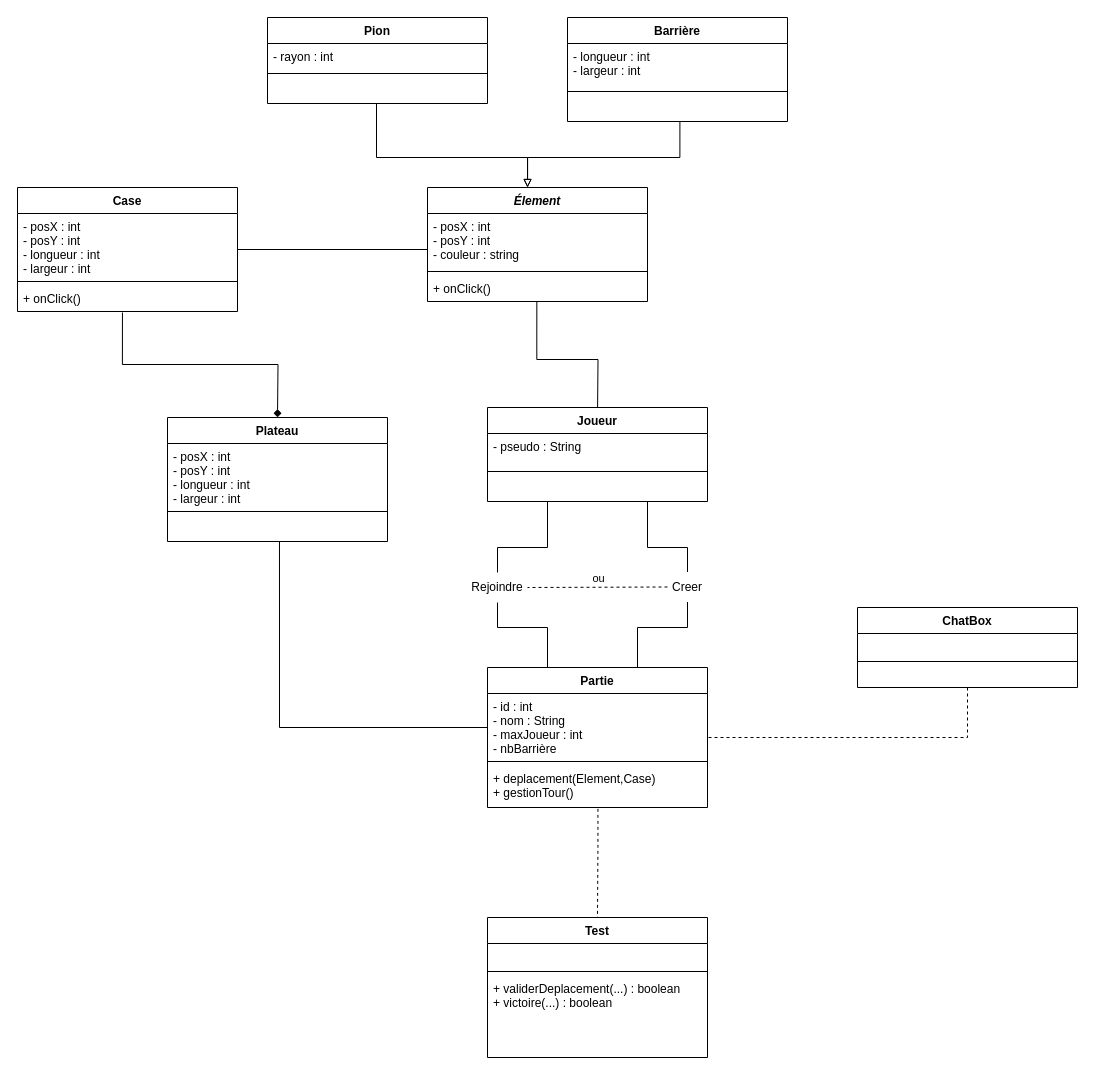
This is diagramme.drawio from Mat-gif/TER_Gsociety, a draw.io file, before an edit. Source tidied: cells renumbered, new cells numbered last; positions are measured from the earlier drawing's top-left corner, leaving out a move shared by most shapes. Both pictures are drawn from the tidied source at 100%, with x=0, y=0 at pixel (17, 17).
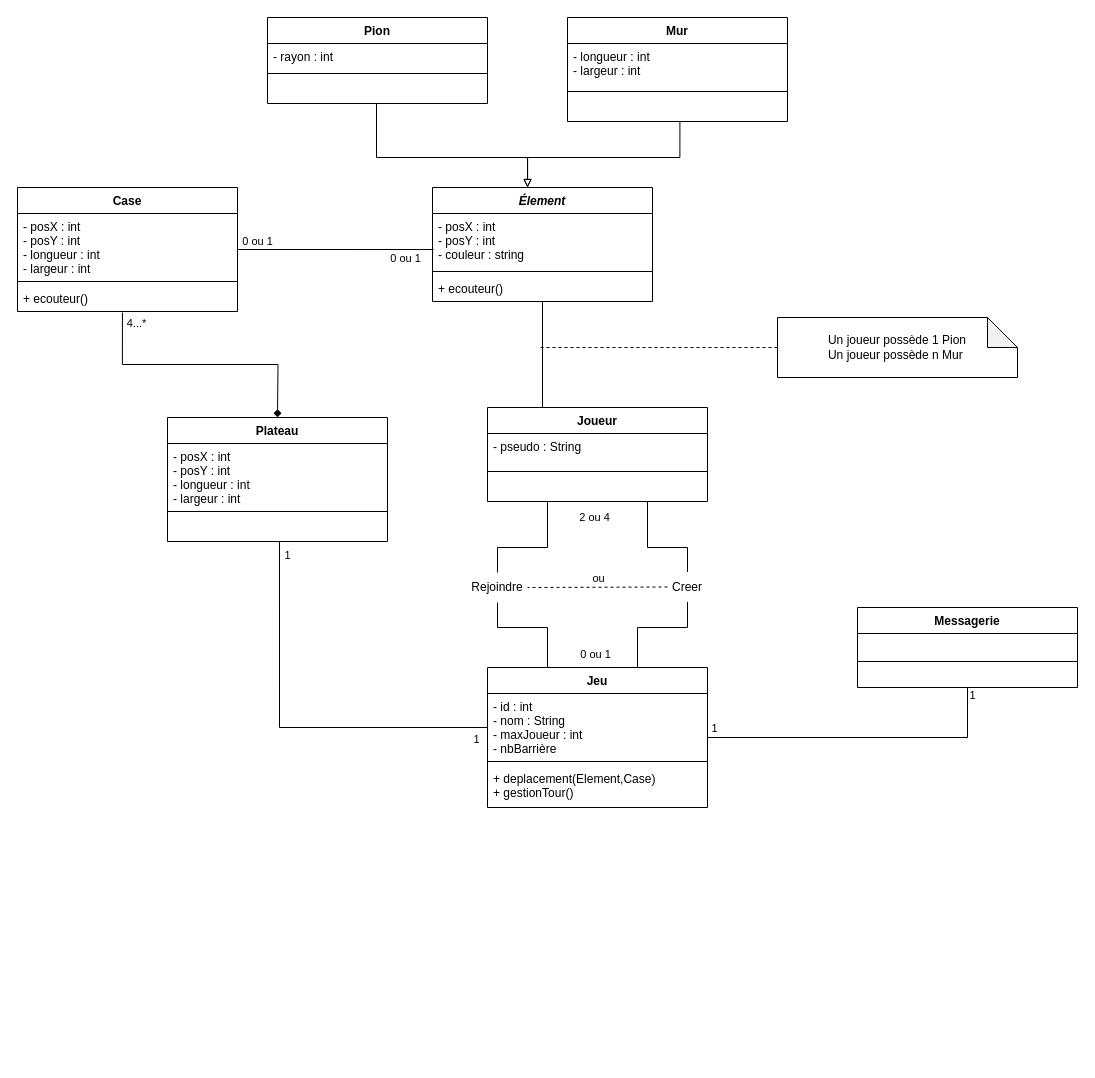
The same page after the edit.

Commit message:
Mettre à jour diagramme.drawio

Unchanged cells that the change refers to:
```xml
<mxCell id="4" style="edgeStyle=orthogonalEdgeStyle;rounded=0;jettySize=auto;html=1;endArrow=diamond;endFill=1;entryX=0.5;entryY=0;entryDx=0;entryDy=0;exitX=0.477;exitY=1.038;exitDx=0;exitDy=0;exitPerimeter=0;" parent="1" edge="1" source="29">
  <mxGeometry relative="1" as="geometry">
    <mxPoint x="260" y="400" as="targetPoint" />
  </mxGeometry>
</mxCell>
<mxCell id="7" style="edgeStyle=orthogonalEdgeStyle;rounded=0;jettySize=auto;html=1;endArrow=none;endFill=0;entryX=0.509;entryY=1;entryDx=0;entryDy=0;entryPerimeter=0;exitX=0;exitY=0.5;exitDx=0;exitDy=0;" parent="1" edge="1" source="39" target="33">
  <mxGeometry relative="1" as="geometry">
    <Array as="points">
      <mxPoint x="470" y="710" />
      <mxPoint x="262" y="710" />
    </Array>
  </mxGeometry>
</mxCell>
<mxCell id="9" style="edgeStyle=orthogonalEdgeStyle;rounded=0;jettySize=auto;html=1;exitX=0.5;exitY=1;exitDx=0;exitDy=0;entryX=0.25;entryY=0;entryDx=0;entryDy=0;endArrow=none;endFill=0;startArrow=none;" parent="1" edge="1" source="13">
  <mxGeometry relative="1" as="geometry">
    <mxPoint x="530" y="650" as="targetPoint" />
    <Array as="points">
      <mxPoint x="480" y="610" />
      <mxPoint x="530" y="610" />
    </Array>
  </mxGeometry>
</mxCell>
<mxCell id="12" style="edgeStyle=orthogonalEdgeStyle;rounded=0;jettySize=auto;html=1;exitX=0.391;exitY=1;exitDx=0;exitDy=0;entryX=0.5;entryY=0;entryDx=0;entryDy=0;endArrow=none;endFill=0;exitPerimeter=0;" parent="1" edge="1" source="37" target="13">
  <mxGeometry relative="1" as="geometry">
    <Array as="points">
      <mxPoint x="530" y="484" />
      <mxPoint x="530" y="530" />
      <mxPoint x="480" y="530" />
    </Array>
  </mxGeometry>
</mxCell>
<mxCell id="23" value="- posX : int&#10;- posY : int&#10;- couleur : string&#10;" style="text;strokeColor=none;fillColor=none;align=left;verticalAlign=top;spacingLeft=4;spacingRight=4;overflow=hidden;points=[[0,0.5],[1,0.5]];portConstraint=eastwest;" parent="22" vertex="1">
  <mxGeometry y="26" width="220" height="54" as="geometry" />
</mxCell>
<mxCell id="26" value="Case" style="swimlane;fontStyle=1;align=center;verticalAlign=top;horizontal=1;startSize=26;" parent="1" vertex="1">
  <mxGeometry y="170" width="220" height="124" as="geometry" />
</mxCell>
<mxCell id="34" value="Joueur" style="swimlane;fontStyle=1;align=center;verticalAlign=top;horizontal=1;startSize=26;" parent="1" vertex="1">
  <mxGeometry x="470" y="390" width="220" height="94" as="geometry" />
</mxCell>
<mxCell id="41" value="+ deplacement(Element,Case)&#10;+ gestionTour()&#10;" style="text;strokeColor=none;fillColor=none;align=left;verticalAlign=top;spacingLeft=4;spacingRight=4;overflow=hidden;points=[[0,0.5],[1,0.5]];portConstraint=eastwest;" parent="38" vertex="1">
  <mxGeometry y="98" width="220" height="42" as="geometry" />
</mxCell>
<mxCell id="50" value=" &#10;&#10;" style="text;strokeColor=none;fillColor=none;align=left;verticalAlign=top;spacingLeft=4;spacingRight=4;overflow=hidden;points=[[0,0.5],[1,0.5]];portConstraint=eastwest;" parent="47" vertex="1">
  <mxGeometry y="58" width="220" height="22" as="geometry" />
</mxCell>
```

What changed in the source:
```diff
@@
-    <mxCell id="2" style="edgeStyle=orthogonalEdgeStyle;rounded=0;jettySize=auto;html=1;endArrow=none;endFill=0;exitX=0.497;exitY=1.018;exitDx=0;exitDy=0;exitPerimeter=0;" parent="1" edge="1" source="25">
-      <mxGeometry relative="1" as="geometry">
-        <mxPoint x="580" y="400" as="targetPoint" />
-      </mxGeometry>
-    </mxCell>
-    <mxCell id="3" style="edgeStyle=orthogonalEdgeStyle;rounded=0;jettySize=auto;html=1;exitX=1;exitY=0.5;exitDx=0;exitDy=0;entryX=0;entryY=0.5;entryDx=0;entryDy=0;endArrow=none;endFill=0;startArrow=none;" parent="1" edge="1" source="26">
-      <mxGeometry relative="1" as="geometry">
-        <mxPoint x="410" y="225" as="targetPoint" />
-        <Array as="points">
-          <mxPoint x="410" y="232" />
-        </Array>
-      </mxGeometry>
+    <mxCell id="3" style="edgeStyle=orthogonalEdgeStyle;rounded=0;jettySize=auto;html=1;exitX=1;exitY=0.5;exitDx=0;exitDy=0;entryX=0.005;entryY=0.667;entryDx=0;entryDy=0;endArrow=none;endFill=0;startArrow=none;entryPerimeter=0;" parent="1" edge="1" source="26" target="23">
+      <mxGeometry relative="1" as="geometry" />
     </mxCell>
+    <mxCell id="53" value="0 ou 1" style="edgeLabel;html=1;align=center;verticalAlign=middle;" parent="3" vertex="1">
+      <mxGeometry x="0.8" y="-2" relative="1" as="geometry">
+        <mxPoint x="-8" y="6" as="offset" />
+      </mxGeometry>
+    </mxCell>
+    <mxCell id="54" value="0 ou 1" style="edgeLabel;html=1;align=center;verticalAlign=middle;" parent="3" vertex="1">
+      <mxGeometry x="-0.78" y="2" relative="1" as="geometry">
+        <mxPoint x="-3" y="-7" as="offset" />
+      </mxGeometry>
+    </mxCell>
@@
+    <mxCell id="55" value="4...*" style="edgeLabel;html=1;align=center;verticalAlign=middle;" parent="4" vertex="1">
+      <mxGeometry x="-0.88" y="4" relative="1" as="geometry">
+        <mxPoint x="10" y="-5" as="offset" />
+      </mxGeometry>
+    </mxCell>
@@
+    <mxCell id="56" value="1" style="edgeLabel;html=1;align=center;verticalAlign=middle;" parent="7" vertex="1">
+      <mxGeometry x="0.92" y="2" relative="1" as="geometry">
+        <mxPoint x="10" y="-3" as="offset" />
+      </mxGeometry>
+    </mxCell>
+    <mxCell id="57" value="1" style="edgeLabel;html=1;align=center;verticalAlign=middle;" parent="7" vertex="1">
+      <mxGeometry x="-0.92" y="-2" relative="1" as="geometry">
+        <mxPoint x="2" y="13" as="offset" />
+      </mxGeometry>
+    </mxCell>
@@
+    <mxCell id="58" value="0 ou 1" style="edgeLabel;html=1;align=center;verticalAlign=middle;" parent="9" vertex="1">
+      <mxGeometry x="0.1" y="-2" relative="1" as="geometry">
+        <mxPoint x="59" y="24" as="offset" />
+      </mxGeometry>
+    </mxCell>
@@
+    <mxCell id="59" value="2 ou 4" style="edgeLabel;html=1;align=center;verticalAlign=middle;" parent="12" vertex="1">
+      <mxGeometry x="-0.16" y="-1" relative="1" as="geometry">
+        <mxPoint x="47" y="-20" as="offset" />
+      </mxGeometry>
+    </mxCell>
@@
-    <mxCell id="18" value="Barrière" style="swimlane;fontStyle=1;align=center;verticalAlign=top;horizontal=1;startSize=26;" parent="1" vertex="1">
+    <mxCell id="18" value="Mur" style="swimlane;fontStyle=1;align=center;verticalAlign=top;horizontal=1;startSize=26;" parent="1" vertex="1">
       <mxGeometry x="550" width="220" height="104" as="geometry" />
     </mxCell>
@@
+    <mxCell id="60" style="edgeStyle=orthogonalEdgeStyle;rounded=0;jettySize=auto;html=1;entryX=0.25;entryY=0;entryDx=0;entryDy=0;endArrow=none;endFill=0;" parent="1" edge="1" source="22" target="34">
+      <mxGeometry relative="1" as="geometry" />
+    </mxCell>
     <mxCell id="22" value="Élement" style="swimlane;fontStyle=3;align=center;verticalAlign=top;horizontal=1;startSize=26;" parent="1" vertex="1">
-      <mxGeometry x="410" y="170" width="220" height="114" as="geometry" />
+      <mxGeometry x="415" y="170" width="220" height="114" as="geometry" />
     </mxCell>
@@
-    <mxCell id="25" value="+ onClick()" style="text;strokeColor=none;fillColor=none;align=left;verticalAlign=top;spacingLeft=4;spacingRight=4;overflow=hidden;points=[[0,0.5],[1,0.5]];portConstraint=eastwest;" parent="22" vertex="1">
+    <mxCell id="25" value="+ ecouteur()" style="text;strokeColor=none;fillColor=none;align=left;verticalAlign=top;spacingLeft=4;spacingRight=4;overflow=hidden;points=[[0,0.5],[1,0.5]];portConstraint=eastwest;" parent="22" vertex="1">
       <mxGeometry y="88" width="220" height="26" as="geometry" />
     </mxCell>
@@
-    <mxCell id="29" value="+ onClick()" style="text;strokeColor=none;fillColor=none;align=left;verticalAlign=top;spacingLeft=4;spacingRight=4;overflow=hidden;points=[[0,0.5],[1,0.5]];portConstraint=eastwest;" parent="26" vertex="1">
+    <mxCell id="29" value="+ ecouteur()" style="text;strokeColor=none;fillColor=none;align=left;verticalAlign=top;spacingLeft=4;spacingRight=4;overflow=hidden;points=[[0,0.5],[1,0.5]];portConstraint=eastwest;" parent="26" vertex="1">
       <mxGeometry y="98" width="220" height="26" as="geometry" />
     </mxCell>
@@
-    <mxCell id="38" value="Partie" style="swimlane;fontStyle=1;align=center;verticalAlign=top;horizontal=1;startSize=26;" parent="1" vertex="1">
+    <mxCell id="38" value="Jeu" style="swimlane;fontStyle=1;align=center;verticalAlign=top;horizontal=1;startSize=26;" parent="1" vertex="1">
       <mxGeometry x="470" y="650" width="220" height="140" as="geometry" />
     </mxCell>
@@
-    <mxCell id="43" value="Test" style="swimlane;fontStyle=1;align=center;verticalAlign=top;horizontal=1;startSize=26;" parent="1" vertex="1">
-      <mxGeometry x="470" y="900" width="220" height="140" as="geometry" />
-    </mxCell>
-    <mxCell id="44" value=" " style="text;strokeColor=none;fillColor=none;align=left;verticalAlign=top;spacingLeft=4;spacingRight=4;overflow=hidden;" parent="43" vertex="1">
-      <mxGeometry y="26" width="220" height="24" as="geometry" />
-    </mxCell>
-    <mxCell id="45" style="line;strokeWidth=1;fillColor=none;align=left;verticalAlign=middle;spacingTop=-1;spacingLeft=3;spacingRight=3;labelPosition=right;strokeColor=inherit;" parent="43" vertex="1">
-      <mxGeometry y="50" width="220" height="8" as="geometry" />
-    </mxCell>
-    <mxCell id="46" value="+ validerDeplacement(...) : boolean&#10;+ victoire(...) : boolean&#10;" style="text;strokeColor=none;fillColor=none;align=left;verticalAlign=top;spacingLeft=4;spacingRight=4;overflow=hidden;" parent="43" vertex="1">
-      <mxGeometry y="58" width="220" height="82" as="geometry" />
-    </mxCell>
-    <mxCell id="47" value="ChatBox" style="swimlane;fontStyle=1;align=center;verticalAlign=top;horizontal=1;startSize=26;" parent="1" vertex="1">
+    <mxCell id="47" value="Messagerie" style="swimlane;fontStyle=1;align=center;verticalAlign=top;horizontal=1;startSize=26;" parent="1" vertex="1">
       <mxGeometry x="840" y="590" width="220" height="80" as="geometry" />
     </mxCell>
@@
-    <mxCell id="51" value="&lt;div&gt;&lt;br&gt;&lt;/div&gt;" style="html=1;verticalAlign=bottom;endArrow=none;dashed=1;endSize=8;edgeStyle=elbowEdgeStyle;elbow=vertical;curved=0;rounded=0;endFill=0;entryX=1;entryY=0.5;entryDx=0;entryDy=0;" parent="1" edge="1" source="50">
+    <mxCell id="51" value="&lt;div&gt;&lt;br&gt;&lt;/div&gt;" style="html=1;verticalAlign=bottom;endArrow=none;endSize=8;edgeStyle=elbowEdgeStyle;elbow=vertical;curved=0;rounded=0;endFill=0;entryX=1;entryY=0.5;entryDx=0;entryDy=0;" parent="1" edge="1" source="50">
       <mxGeometry relative="1" as="geometry">
         <mxPoint x="690" y="720.2" as="targetPoint" />
         <Array as="points">
           <mxPoint x="780" y="720" />
         </Array>
       </mxGeometry>
     </mxCell>
-    <mxCell id="52" value="&lt;div&gt;&lt;br&gt;&lt;/div&gt;" style="html=1;verticalAlign=bottom;endArrow=none;dashed=1;endSize=8;edgeStyle=elbowEdgeStyle;elbow=vertical;curved=0;rounded=0;endFill=0;exitX=0.502;exitY=1.032;exitDx=0;exitDy=0;exitPerimeter=0;entryX=0.5;entryY=0;entryDx=0;entryDy=0;" parent="1" edge="1" source="41" target="43">
-      <mxGeometry relative="1" as="geometry">
-        <Array as="points">
-          <mxPoint x="580" y="830" />
-        </Array>
-      </mxGeometry>
-    </mxCell>
+    <mxCell id="61" value="1" style="edgeLabel;html=1;align=center;verticalAlign=middle;" parent="51" vertex="1">
+      <mxGeometry x="-0.32" y="2" relative="1" as="geometry">
+        <mxPoint x="59" y="-45" as="offset" />
+      </mxGeometry>
+    </mxCell>
+    <mxCell id="62" value="1" style="edgeLabel;html=1;align=center;verticalAlign=middle;" parent="51" vertex="1">
+      <mxGeometry x="0.63" y="-2" relative="1" as="geometry">
+        <mxPoint x="-51" y="-8" as="offset" />
+      </mxGeometry>
+    </mxCell>
+    <mxCell id="63" style="edgeStyle=orthogonalEdgeStyle;rounded=0;jettySize=auto;html=1;endArrow=none;endFill=0;dashed=1;" parent="1" edge="1" source="64">
+      <mxGeometry relative="1" as="geometry">
+        <mxPoint x="520" y="330" as="targetPoint" />
+      </mxGeometry>
+    </mxCell>
+    <mxCell id="64" value="Un joueur possède 1 Pion&lt;br&gt;Un joueur possède n Mur&amp;nbsp;" style="shape=note;whiteSpace=wrap;html=1;backgroundOutline=1;darkOpacity=0.05;" parent="1" vertex="1">
+      <mxGeometry x="760" y="300" width="240" height="60" as="geometry" />
+    </mxCell>
```
